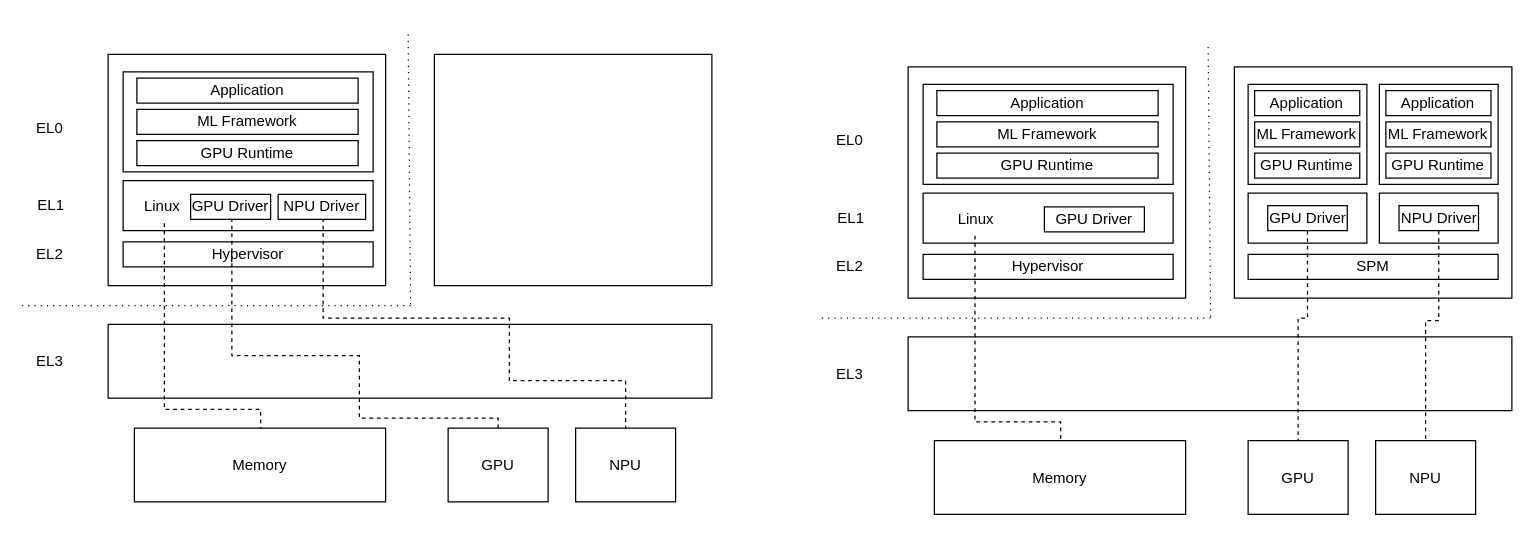
Earlier version of the draw.io diagram gpu-tee.drawio (qianfei11/draw.io). Source tidied: cells renumbered, new cells numbered last; positions are measured from the earlier drawing's top-left corner, leaving out a move shared by most shapes. Both pictures are drawn from the tidied source at 125%, with x=0, y=0 at pixel (21, 30).
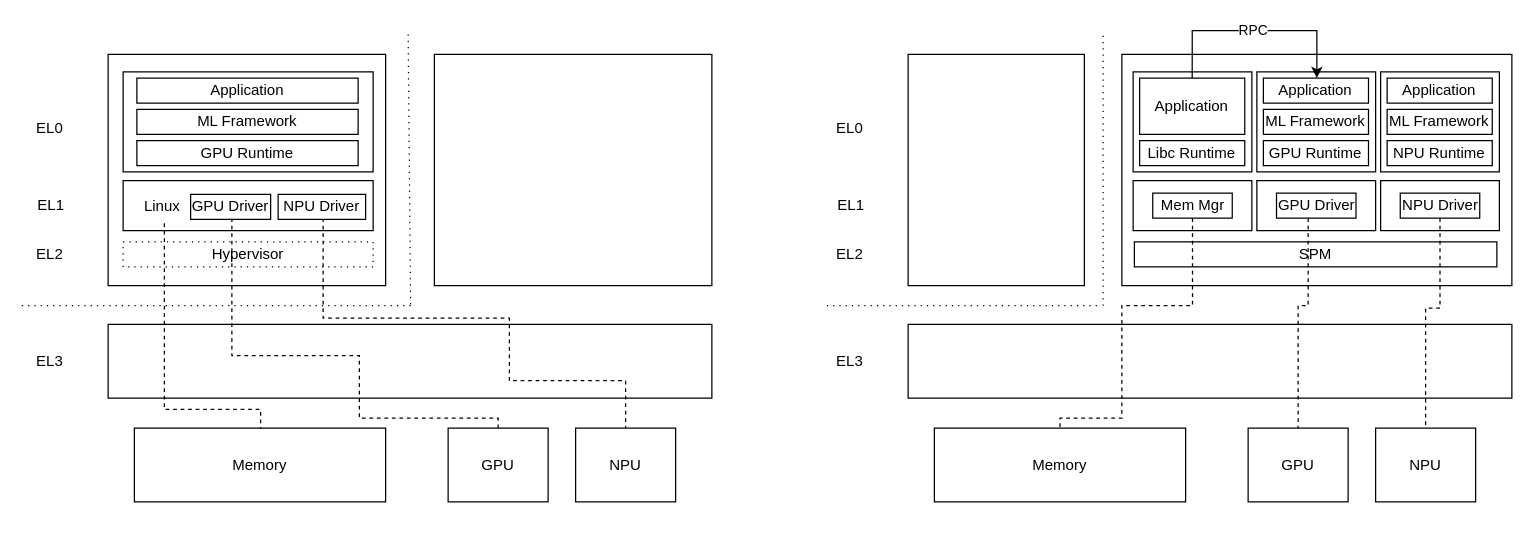
Above is the later version.

Unchanged cells that the change refers to:
```xml
<mxCell id="45" value="GPU Driver" style="rounded=0;whiteSpace=wrap;html=1;fillStyle=auto;fillColor=#FFFFFF;" parent="42" vertex="1">
  <mxGeometry x="15.7" y="97" width="63.6" height="20" as="geometry" />
</mxCell>
<mxCell id="48" value="Application" style="rounded=0;whiteSpace=wrap;html=1;fillStyle=auto;fillColor=#FFFFFF;" parent="42" vertex="1">
  <mxGeometry x="5.2" y="5" width="84.1" height="20" as="geometry" />
</mxCell>
<mxCell id="52" value="NPU Driver" style="rounded=0;whiteSpace=wrap;html=1;fillStyle=auto;fillColor=#FFFFFF;" parent="49" vertex="1">
  <mxGeometry x="15.7" y="97" width="63.6" height="20" as="geometry" />
</mxCell>
```

Change to the diagram source:
```diff
@@
-    <mxCell id="9" value="Hypervisor" style="rounded=0;whiteSpace=wrap;html=1;" parent="1" vertex="1">
+    <mxCell id="9" value="Hypervisor" style="rounded=0;whiteSpace=wrap;html=1;dashed=1;dashPattern=1 4;" parent="1" vertex="1">
       <mxGeometry x="81" y="169" width="200" height="20" as="geometry" />
     </mxCell>
@@
     <mxCell id="24" style="rounded=0;whiteSpace=wrap;html=1;" parent="1" vertex="1">
-      <mxGeometry x="970" y="29" width="222" height="185" as="geometry" />
+      <mxGeometry x="880" y="19" width="312" height="185" as="geometry" />
     </mxCell>
     <mxCell id="25" style="rounded=0;whiteSpace=wrap;html=1;" parent="1" vertex="1">
-      <mxGeometry x="709" y="29" width="222" height="185" as="geometry" />
+      <mxGeometry x="709" y="19" width="141" height="185" as="geometry" />
     </mxCell>
-    <mxCell id="26" style="rounded=0;whiteSpace=wrap;html=1;" parent="1" vertex="1">
-      <mxGeometry x="721" y="130" width="200" height="40" as="geometry" />
-    </mxCell>
-    <mxCell id="27" style="rounded=0;whiteSpace=wrap;html=1;" parent="1" vertex="1">
-      <mxGeometry x="721" y="43" width="200" height="80" as="geometry" />
-    </mxCell>
-    <mxCell id="28" value="GPU Driver" style="rounded=0;whiteSpace=wrap;html=1;fillStyle=auto;fillColor=#FFFFFF;" parent="1" vertex="1">
-      <mxGeometry x="818" y="141" width="80" height="20" as="geometry" />
-    </mxCell>
     <mxCell id="29" value="EL1" style="text;html=1;align=center;verticalAlign=middle;strokeColor=none;fillColor=none;rounded=0;" parent="1" vertex="1">
-      <mxGeometry x="642.5" y="135" width="40" height="30" as="geometry" />
+      <mxGeometry x="642.5" y="125" width="40" height="30" as="geometry" />
     </mxCell>
     <mxCell id="30" value="EL0" style="text;html=1;align=center;verticalAlign=middle;strokeColor=none;fillColor=none;rounded=0;" parent="1" vertex="1">
-      <mxGeometry x="642" y="73" width="40" height="30" as="geometry" />
+      <mxGeometry x="642" y="63" width="40" height="30" as="geometry" />
     </mxCell>
-    <mxCell id="31" value="Hypervisor" style="rounded=0;whiteSpace=wrap;html=1;" parent="1" vertex="1">
-      <mxGeometry x="721" y="179" width="200" height="20" as="geometry" />
-    </mxCell>
     <mxCell id="32" value="EL2" style="text;html=1;align=center;verticalAlign=middle;strokeColor=none;fillColor=none;rounded=0;" parent="1" vertex="1">
-      <mxGeometry x="642" y="174" width="40" height="30" as="geometry" />
+      <mxGeometry x="642" y="164" width="40" height="30" as="geometry" />
     </mxCell>
     <mxCell id="33" value="EL3" style="text;html=1;align=center;verticalAlign=middle;strokeColor=none;fillColor=none;rounded=0;" parent="1" vertex="1">
-      <mxGeometry x="642" y="259.5" width="40" height="30" as="geometry" />
+      <mxGeometry x="642" y="249.5" width="40" height="30" as="geometry" />
     </mxCell>
-    <mxCell id="34" value="ML Framework" style="rounded=0;whiteSpace=wrap;html=1;fillStyle=auto;fillColor=#FFFFFF;" parent="1" vertex="1">
-      <mxGeometry x="732" y="73" width="177" height="20" as="geometry" />
-    </mxCell>
-    <mxCell id="35" value="GPU Runtime" style="rounded=0;whiteSpace=wrap;html=1;fillStyle=auto;fillColor=#FFFFFF;" parent="1" vertex="1">
-      <mxGeometry x="732" y="98" width="177" height="20" as="geometry" />
-    </mxCell>
-    <mxCell id="36" value="Application" style="rounded=0;whiteSpace=wrap;html=1;fillStyle=auto;fillColor=#FFFFFF;" parent="1" vertex="1">
-      <mxGeometry x="732" y="48" width="177" height="20" as="geometry" />
-    </mxCell>
     <mxCell id="37" style="rounded=0;whiteSpace=wrap;html=1;" parent="1" vertex="1">
-      <mxGeometry x="709" y="245" width="483" height="59" as="geometry" />
+      <mxGeometry x="709" y="235" width="483" height="59" as="geometry" />
     </mxCell>
     <mxCell id="38" value="Memory" style="rounded=0;whiteSpace=wrap;html=1;" parent="1" vertex="1">
-      <mxGeometry x="730" y="328" width="201" height="59" as="geometry" />
+      <mxGeometry x="730" y="318" width="201" height="59" as="geometry" />
     </mxCell>
     <mxCell id="39" value="GPU" style="rounded=0;whiteSpace=wrap;html=1;" parent="1" vertex="1">
-      <mxGeometry x="981" y="328" width="80" height="59" as="geometry" />
+      <mxGeometry x="981" y="318" width="80" height="59" as="geometry" />
     </mxCell>
     <mxCell id="40" value="NPU" style="rounded=0;whiteSpace=wrap;html=1;" parent="1" vertex="1">
-      <mxGeometry x="1083" y="328" width="80" height="59" as="geometry" />
+      <mxGeometry x="1083" y="318" width="80" height="59" as="geometry" />
     </mxCell>
     <mxCell id="41" value="SPM" style="rounded=0;whiteSpace=wrap;html=1;" parent="1" vertex="1">
-      <mxGeometry x="981" y="179" width="200" height="20" as="geometry" />
+      <mxGeometry x="890" y="169" width="290" height="20" as="geometry" />
     </mxCell>
     <mxCell id="42" style="group;" parent="1" vertex="1">
-      <mxGeometry x="981" y="43" width="95" height="127" as="geometry" />
+      <mxGeometry x="988" y="33" width="95" height="127" as="geometry" />
     </mxCell>
@@
     <mxCell id="49" style="group;" parent="1" vertex="1">
-      <mxGeometry x="1086" y="43" width="95" height="127" as="geometry" />
+      <mxGeometry x="1087" y="33" width="95" height="127" as="geometry" />
     </mxCell>
@@
-    <mxCell id="54" value="GPU Runtime" style="rounded=0;whiteSpace=wrap;html=1;fillStyle=auto;fillColor=#FFFFFF;" parent="49" vertex="1">
+    <mxCell id="54" value="NPU Runtime" style="rounded=0;whiteSpace=wrap;html=1;fillStyle=auto;fillColor=#FFFFFF;" parent="49" vertex="1">
       <mxGeometry x="5.2" y="55" width="84.1" height="20" as="geometry" />
     </mxCell>
@@
-    <mxCell id="56" style="edgeStyle=orthogonalEdgeStyle;rounded=0;jettySize=auto;html=1;dashed=1;endArrow=none;endFill=0;" parent="1" edge="1" source="57" target="38">
-      <mxGeometry relative="1" as="geometry">
-        <Array as="points">
-          <mxPoint x="763" y="313" />
-          <mxPoint x="831" y="313" />
-        </Array>
-      </mxGeometry>
-    </mxCell>
-    <mxCell id="57" value="Linux" style="text;html=1;align=center;verticalAlign=middle;points=[];strokeColor=none;fillColor=none;rounded=0;" parent="1" vertex="1">
-      <mxGeometry x="739" y="138" width="47" height="26" as="geometry" />
-    </mxCell>
     <mxCell id="58" style="edgeStyle=orthogonalEdgeStyle;rounded=0;jettySize=auto;html=1;dashed=1;endArrow=none;endFill=0;" parent="1" edge="1" source="45" target="39">
       <mxGeometry relative="1" as="geometry">
         <Array as="points">
-          <mxPoint x="1029" y="230" />
-          <mxPoint x="1021" y="230" />
+          <mxPoint x="1029" y="220" />
+          <mxPoint x="1021" y="220" />
         </Array>
       </mxGeometry>
     </mxCell>
     <mxCell id="59" style="edgeStyle=orthogonalEdgeStyle;rounded=0;jettySize=auto;html=1;dashed=1;endArrow=none;endFill=0;" parent="1" edge="1" source="52" target="40">
       <mxGeometry relative="1" as="geometry">
         <Array as="points">
-          <mxPoint x="1134" y="232" />
-          <mxPoint x="1123" y="232" />
+          <mxPoint x="1134" y="222" />
+          <mxPoint x="1123" y="222" />
         </Array>
       </mxGeometry>
     </mxCell>
     <mxCell id="60" style="endArrow=none;dashed=1;html=1;rounded=0;dashPattern=1 4;" parent="1" edge="1">
       <mxGeometry relative="1" as="geometry">
-        <mxPoint x="951" y="229" as="sourcePoint" />
-        <mxPoint x="949" y="10" as="targetPoint" />
+        <mxPoint x="865" y="220" as="sourcePoint" />
+        <mxPoint x="865" y="2" as="targetPoint" />
       </mxGeometry>
     </mxCell>
     <mxCell id="61" style="endArrow=none;dashed=1;html=1;rounded=0;dashPattern=1 4;" parent="1" edge="1">
       <mxGeometry relative="1" as="geometry">
-        <mxPoint x="951" y="230" as="sourcePoint" />
-        <mxPoint x="640" y="230" as="targetPoint" />
+        <mxPoint x="860" y="220" as="sourcePoint" />
+        <mxPoint x="640" y="220" as="targetPoint" />
       </mxGeometry>
     </mxCell>
@@
+    <mxCell id="64" style="group;" parent="1" vertex="1">
+      <mxGeometry x="889" y="33" width="95" height="127" as="geometry" />
+    </mxCell>
+    <mxCell id="65" style="rounded=0;whiteSpace=wrap;html=1;" parent="64" vertex="1">
+      <mxGeometry y="87" width="95" height="40" as="geometry" />
+    </mxCell>
+    <mxCell id="66" style="rounded=0;whiteSpace=wrap;html=1;" parent="64" vertex="1">
+      <mxGeometry width="95" height="80" as="geometry" />
+    </mxCell>
+    <mxCell id="67" value="Mem Mgr" style="rounded=0;whiteSpace=wrap;html=1;fillStyle=auto;fillColor=#FFFFFF;" parent="64" vertex="1">
+      <mxGeometry x="15.7" y="97" width="63.6" height="20" as="geometry" />
+    </mxCell>
+    <mxCell id="68" value="Libc Runtime" style="rounded=0;whiteSpace=wrap;html=1;fillStyle=auto;fillColor=#FFFFFF;" parent="64" vertex="1">
+      <mxGeometry x="5.2" y="55" width="84.1" height="20" as="geometry" />
+    </mxCell>
+    <mxCell id="36" value="Application" style="rounded=0;whiteSpace=wrap;html=1;fillStyle=auto;fillColor=#FFFFFF;" parent="64" vertex="1">
+      <mxGeometry x="5.2" y="5" width="84.1" height="45" as="geometry" />
+    </mxCell>
+    <mxCell id="69" style="edgeStyle=orthogonalEdgeStyle;rounded=0;jettySize=auto;html=1;dashed=1;endArrow=none;endFill=0;exitX=0.5;exitY=1;exitDx=0;exitDy=0;entryX=0.5;entryY=0;entryDx=0;entryDy=0;" parent="1" edge="1" source="67" target="38">
+      <mxGeometry relative="1" as="geometry">
+        <Array as="points">
+          <mxPoint x="937" y="220" />
+          <mxPoint x="880" y="220" />
+          <mxPoint x="880" y="310" />
+          <mxPoint x="831" y="310" />
+        </Array>
+      </mxGeometry>
+    </mxCell>
+    <mxCell id="70" style="edgeStyle=orthogonalEdgeStyle;rounded=0;jettySize=auto;html=1;exitX=0.5;exitY=0;exitDx=0;exitDy=0;" parent="1" edge="1" source="36" target="48">
+      <mxGeometry relative="1" as="geometry">
+        <Array as="points">
+          <mxPoint x="936" />
+          <mxPoint x="1036" />
+        </Array>
+      </mxGeometry>
+    </mxCell>
+    <mxCell id="71" value="RPC" style="edgeLabel;html=1;align=center;verticalAlign=middle;" parent="70" vertex="1">
+      <mxGeometry x="-0.02" y="-3" relative="1" as="geometry">
+        <mxPoint y="-4" as="offset" />
+      </mxGeometry>
+    </mxCell>
```
